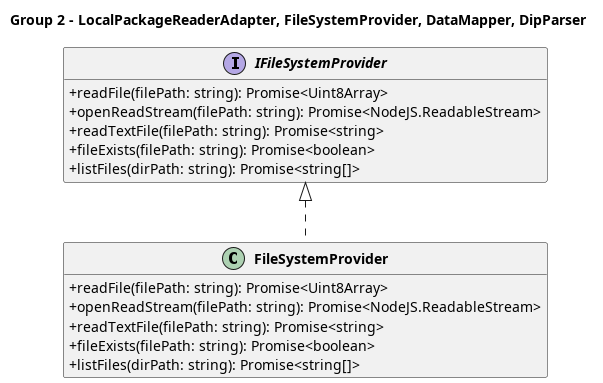
Above: out/3_PB/DocumentiEsterni/DiagrammiSpecificaTecnica/C4/C4_Main_Indexing_Flow_FsProvider/Class Diagram - Main Indexing Flow - Group 2.png in 7-ZPUs/Docs (PlantUML), before the change. The source it was exported from:
```plantuml
@startuml Class Diagram - Main Indexing Flow - Group 2

top to bottom direction
skinparam classAttributeIconSize 0
skinparam classFontStyle bold
skinparam packageStyle rectangle
skinparam linetype ortho
hide empty members

title Group 2 - LocalPackageReaderAdapter, FileSystemProvider, DataMapper, DipParser


  interface IFileSystemProvider {
    + readFile(filePath: string): Promise<Uint8Array>
    + openReadStream(filePath: string): Promise<NodeJS.ReadableStream>
    + readTextFile(filePath: string): Promise<string>
    + fileExists(filePath: string): Promise<boolean>
    + listFiles(dirPath: string): Promise<string[]>
  }

  class FileSystemProvider {
    + readFile(filePath: string): Promise<Uint8Array>
    + openReadStream(filePath: string): Promise<NodeJS.ReadableStream>
    + readTextFile(filePath: string): Promise<string>
    + fileExists(filePath: string): Promise<boolean>
    + listFiles(dirPath: string): Promise<string[]>
  }

IFileSystemProvider <|.. FileSystemProvider

@enduml
```
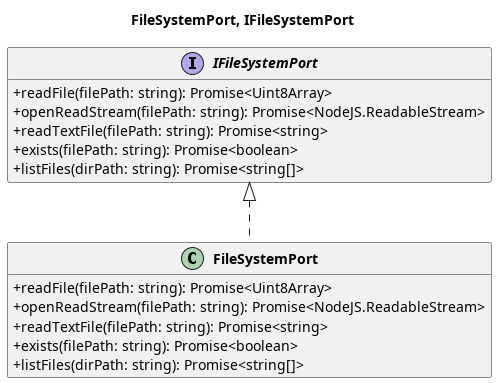
The same diagram one commit later.

What changed in the source:
```diff
@@ -7,25 +7,25 @@
 skinparam linetype ortho
 hide empty members
 
-title Group 2 - LocalPackageReaderAdapter, FileSystemProvider, DataMapper, DipParser
+title FileSystemPort, IFileSystemPort
 
 
-  interface IFileSystemProvider {
+  interface IFileSystemPort {
     + readFile(filePath: string): Promise<Uint8Array>
     + openReadStream(filePath: string): Promise<NodeJS.ReadableStream>
     + readTextFile(filePath: string): Promise<string>
-    + fileExists(filePath: string): Promise<boolean>
+    + exists(filePath: string): Promise<boolean>
     + listFiles(dirPath: string): Promise<string[]>
   }
 
-  class FileSystemProvider {
+  class FileSystemPort {
     + readFile(filePath: string): Promise<Uint8Array>
     + openReadStream(filePath: string): Promise<NodeJS.ReadableStream>
     + readTextFile(filePath: string): Promise<string>
-    + fileExists(filePath: string): Promise<boolean>
+    + exists(filePath: string): Promise<boolean>
     + listFiles(dirPath: string): Promise<string[]>
   }
 
-IFileSystemProvider <|.. FileSystemProvider
+IFileSystemPort <|.. FileSystemPort
 
 @enduml
```
